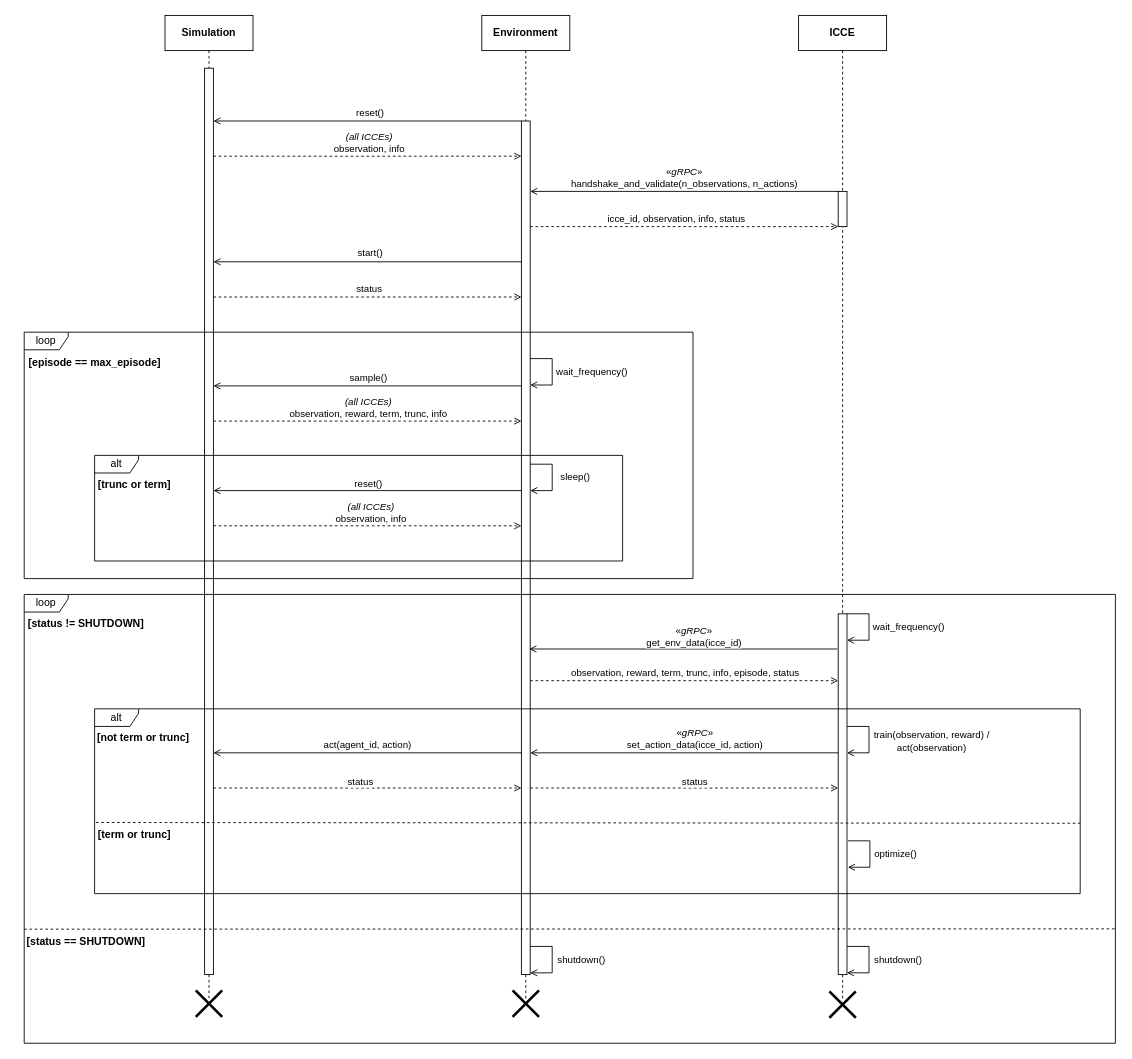
This is page "ICCE Sequence Diagram v2" (5 of 5) of documentation/icce_architecture.drawio from Bobblite/ICCE, a draw.io file, before an edit. Source tidied: cells renumbered, new cells numbered last; positions are measured from the earlier drawing's top-left corner, leaving out a move shared by most shapes. Both pictures are drawn from the tidied source at 88%, with x=0, y=0 at pixel (15, 15).
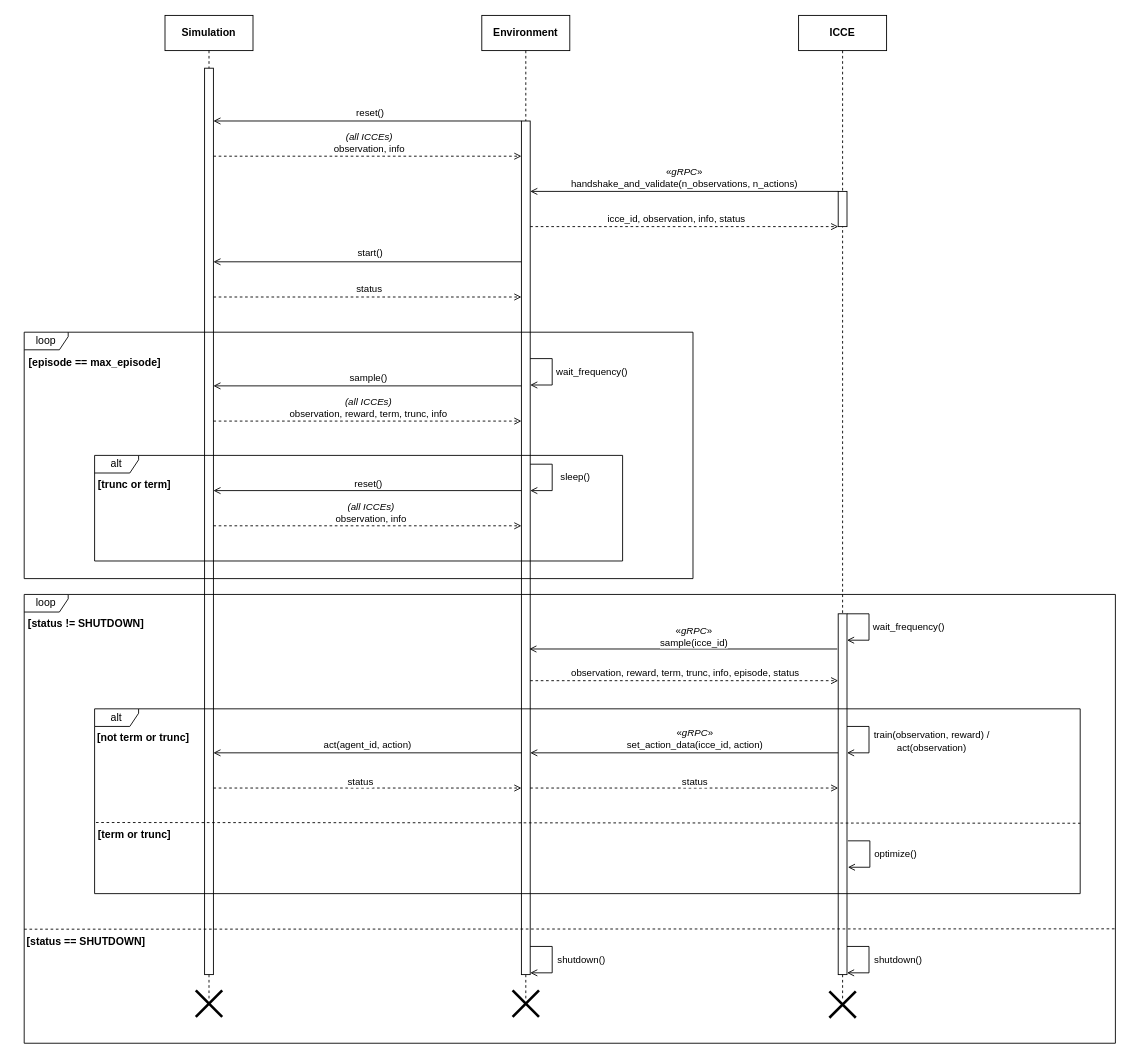
Above is the later version.

Commit message (it also covers changes not shown here):
Only sending 2-3 episodes of data. Bugfix.

Unchanged cells that the change refers to:
```xml
<mxCell id="38" style="rounded=0;orthogonalLoop=1;jettySize=auto;html=1;endArrow=open;endFill=0;" parent="35" edge="1">
  <mxGeometry relative="1" as="geometry">
    <mxPoint x="934" y="62" as="sourcePoint" />
    <mxPoint x="584" y="62" as="targetPoint" />
  </mxGeometry>
</mxCell>
```

What changed in the source:
```diff
@@
-    <mxCell id="39" value="«&lt;i style=&quot;border-color: var(--border-color);&quot;&gt;gRPC&lt;/i&gt;»&lt;br style=&quot;border-color: var(--border-color);&quot;&gt;get_env_data(icce_id)" style="edgeLabel;html=1;align=center;verticalAlign=middle;" parent="38" vertex="1">
+    <mxCell id="39" value="«&lt;i style=&quot;border-color: var(--border-color);&quot;&gt;gRPC&lt;/i&gt;»&lt;br style=&quot;border-color: var(--border-color);&quot;&gt;sample(icce_id)" style="edgeLabel;html=1;align=center;verticalAlign=middle;" parent="38" vertex="1">
       <mxGeometry x="-0.1" y="-2" relative="1" as="geometry">
         <mxPoint x="-6" y="-13" as="offset" />
       </mxGeometry>
     </mxCell>
```
